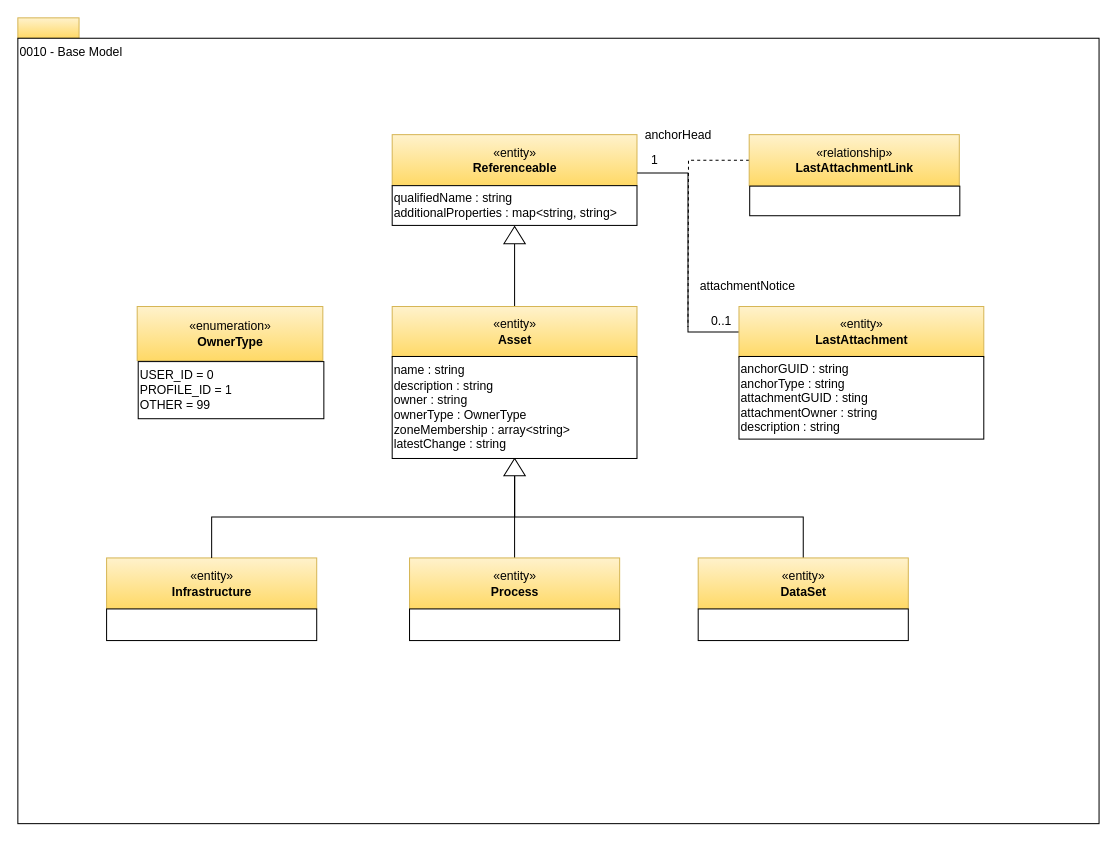
The draw.io diagram page "0010-Base-Model" (2 of 16) of open-metadata-publication/website/open-metadata-types/area-0-basic-types-and-infrastructure.drawio in planetf1/egeria, before the edit. Source tidied: cells renumbered, new cells numbered last; positions are measured from the earlier drawing's top-left corner, leaving out a move shared by most shapes. Both pictures are drawn from the tidied source at 102%, with x=0, y=0 at pixel (17, 17).
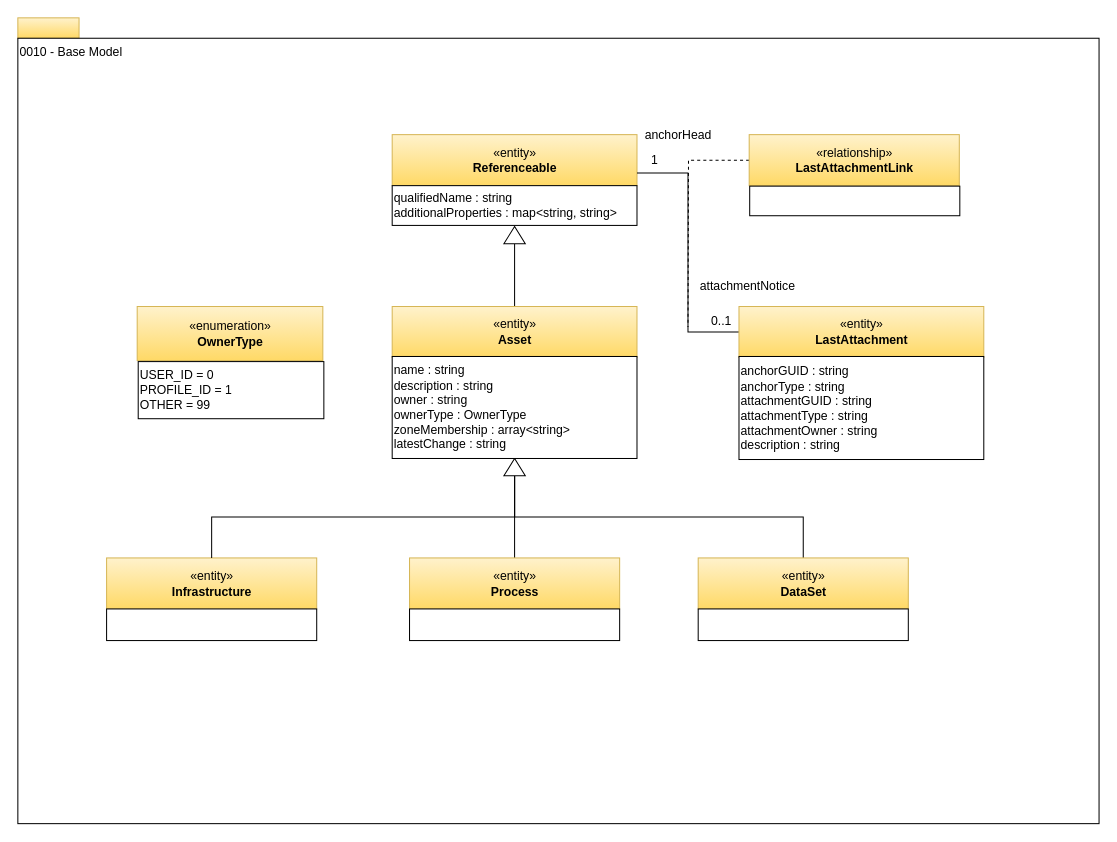
The same page after the edit.

The edit, as a diff of the source:
```diff
@@
-    <mxCell id="24" value="anchorGUID : string&lt;br&gt;anchorType : string&lt;br&gt;attachmentGUID : sting&lt;br&gt;attachmentOwner : string&lt;br&gt;description : string&lt;br&gt;&lt;div style=&quot;text-align: left&quot;&gt;&lt;/div&gt;" style="rounded=0;whiteSpace=wrap;html=1;strokeColor=#000000;gradientColor=#ffffff;align=left;" parent="1" vertex="1">
-      <mxGeometry x="707" y="332" width="240" height="81" as="geometry" />
+    <mxCell id="24" value="anchorGUID : string&lt;br&gt;anchorType : string&lt;br&gt;attachmentGUID : string&lt;br&gt;attachmentType : string&lt;br&gt;attachmentOwner : string&lt;br&gt;description : string&lt;br&gt;&lt;div style=&quot;text-align: left&quot;&gt;&lt;/div&gt;" style="rounded=0;whiteSpace=wrap;html=1;strokeColor=#000000;gradientColor=#ffffff;align=left;" parent="1" vertex="1">
+      <mxGeometry x="707" y="332" width="240" height="101" as="geometry" />
     </mxCell>
```
